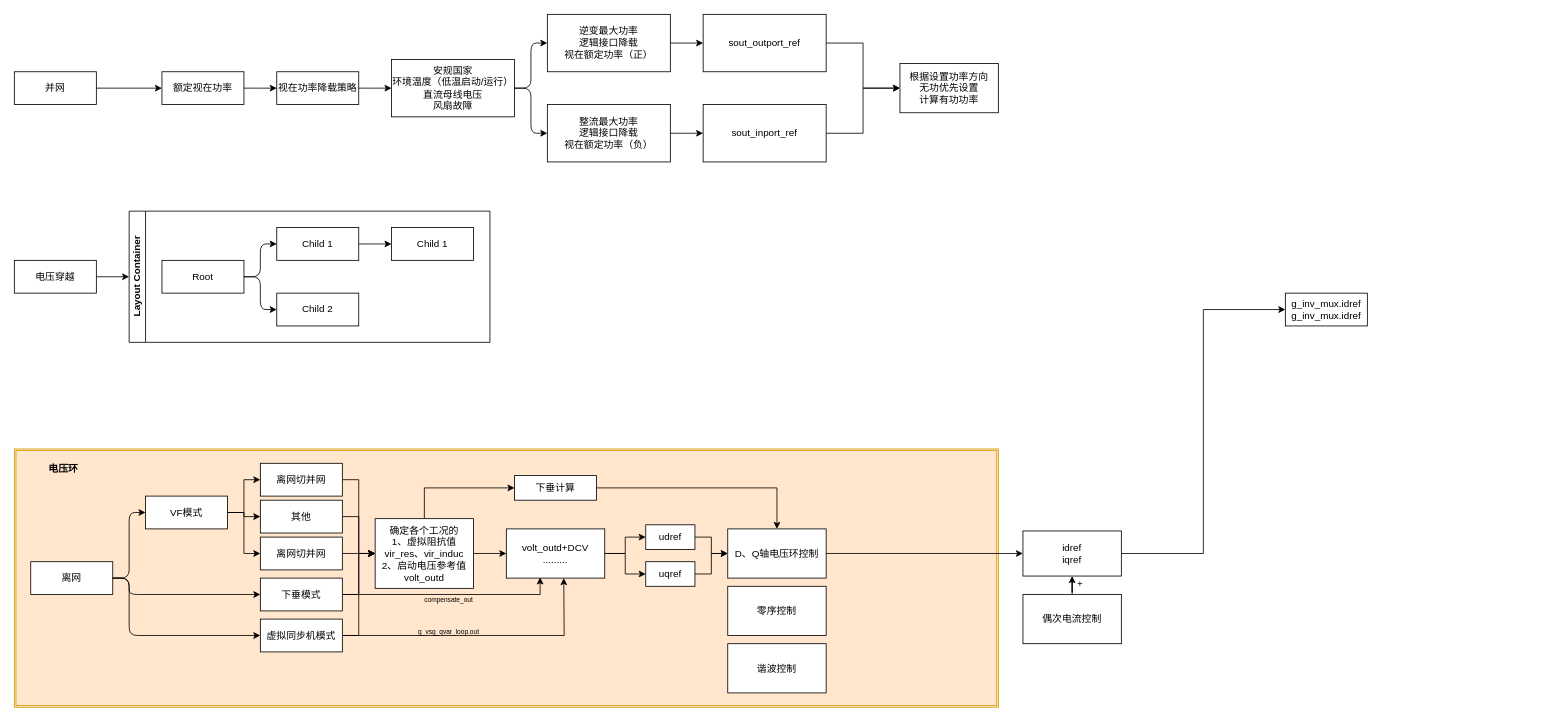
adss666/awesome-guitar keeps this draw.io diagram as 未命名绘图.drawio. Above is the earlier version. Source tidied: cells renumbered, new cells numbered last; positions are measured from the earlier drawing's top-left corner, leaving out a move shared by most shapes. Both pictures are drawn from the tidied source at 82%, with x=0, y=0 at pixel (14, 14).
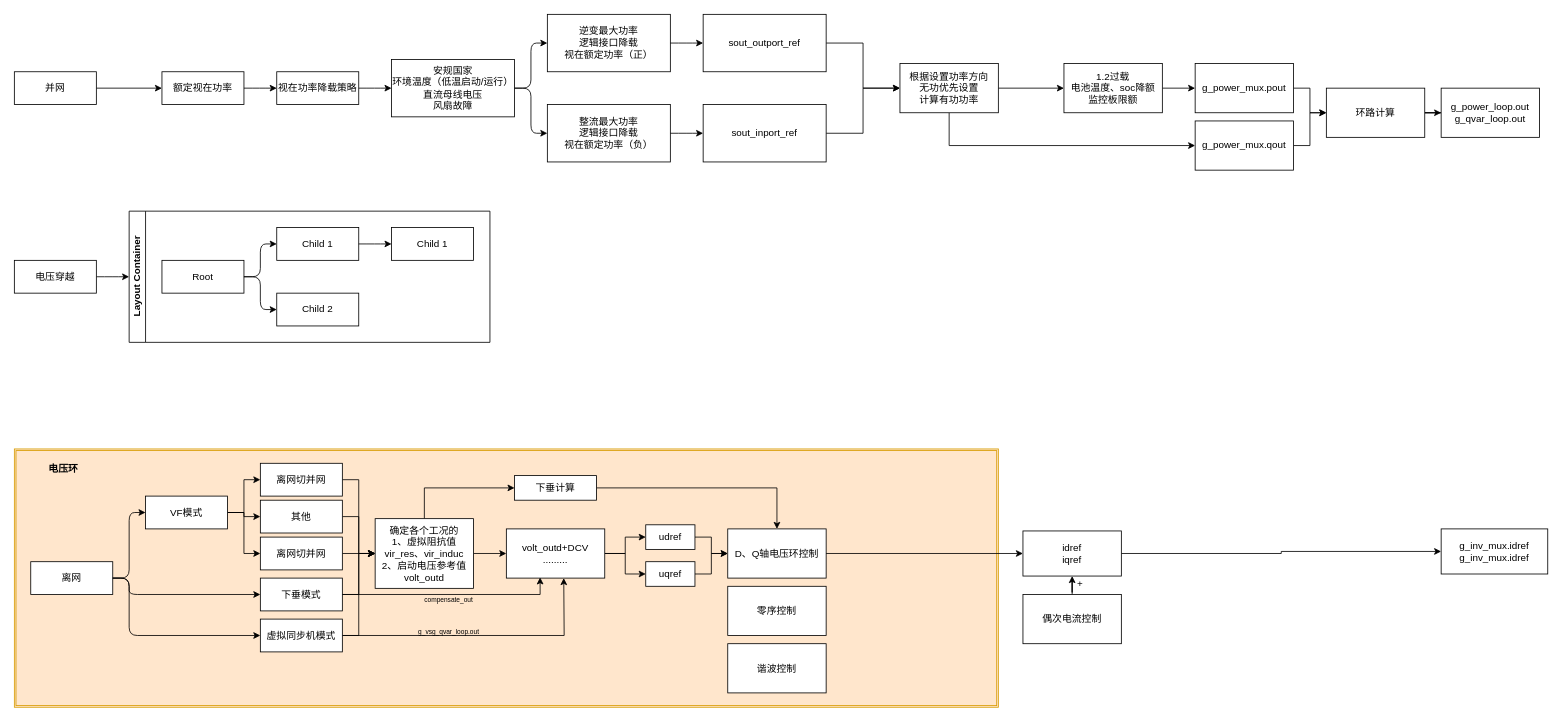
After the change.

Commit message:
已添加 未命名绘图.drawio

Unchanged cells that the change refers to:
```xml
<mxCell id="76" value="根据设置功率方向&lt;div&gt;无功优先设置&lt;/div&gt;&lt;div&gt;&lt;span style=&quot;background-color: transparent; color: light-dark(#000000, var(--ge-light-color, #ffffff));&quot;&gt;计算&lt;/span&gt;有功功率&lt;/div&gt;" style="whiteSpace=wrap;html=1;" parent="1" vertex="1">
  <mxGeometry x="1080" y="60" width="120" height="60" as="geometry" />
</mxCell>
```

The edit, as a diff of the source:
```diff
@@
     <mxCell id="60" value="g_inv_mux.idref&lt;div&gt;g_inv_mux.idref&lt;/div&gt;" style="whiteSpace=wrap;html=1;" parent="1" vertex="1">
-      <mxGeometry x="1550" y="340" width="100" height="40" as="geometry" />
+      <mxGeometry x="1740" y="627.5" width="130" height="55" as="geometry" />
     </mxCell>
@@
+    <mxCell id="77" style="edgeStyle=orthogonalEdgeStyle;rounded=0;jettySize=auto;html=1;defaultLabelBackgroundColor=page;labelPadding=0 4;" parent="1" edge="1" source="76" target="80">
+      <mxGeometry relative="1" as="geometry" />
+    </mxCell>
+    <mxCell id="78" style="edgeStyle=orthogonalEdgeStyle;rounded=0;jettySize=auto;html=1;exitX=0.5;exitY=1;exitDx=0;exitDy=0;entryX=0;entryY=0.5;entryDx=0;entryDy=0;defaultLabelBackgroundColor=page;labelPadding=0 4;" parent="1" edge="1" source="76" target="84">
+      <mxGeometry relative="1" as="geometry" />
+    </mxCell>
@@
+    <mxCell id="79" style="edgeStyle=orthogonalEdgeStyle;rounded=0;jettySize=auto;html=1;defaultLabelBackgroundColor=page;labelPadding=0 4;" parent="1" edge="1" source="80" target="82">
+      <mxGeometry relative="1" as="geometry" />
+    </mxCell>
+    <mxCell id="80" value="1.2过载&lt;div&gt;电池温度、soc降额&lt;/div&gt;&lt;div&gt;监控板限额&lt;/div&gt;" style="whiteSpace=wrap;html=1;" parent="1" vertex="1">
+      <mxGeometry x="1280" y="60" width="120" height="60" as="geometry" />
+    </mxCell>
+    <mxCell id="81" style="edgeStyle=orthogonalEdgeStyle;rounded=0;jettySize=auto;html=1;defaultLabelBackgroundColor=page;labelPadding=0 4;entryX=0;entryY=0.5;entryDx=0;entryDy=0;" parent="1" edge="1" source="82" target="86">
+      <mxGeometry x="-0.46" relative="1" as="geometry" />
+    </mxCell>
+    <mxCell id="82" value="g_power_mux.pout" style="whiteSpace=wrap;html=1;" parent="1" vertex="1">
+      <mxGeometry x="1440" y="60" width="120" height="60" as="geometry" />
+    </mxCell>
+    <mxCell id="83" style="edgeStyle=orthogonalEdgeStyle;rounded=0;jettySize=auto;html=1;exitX=1;exitY=0.5;exitDx=0;exitDy=0;defaultLabelBackgroundColor=page;labelPadding=0 4;entryX=0;entryY=0.5;entryDx=0;entryDy=0;" parent="1" edge="1" source="84" target="86">
+      <mxGeometry relative="1" as="geometry" />
+    </mxCell>
+    <mxCell id="84" value="g_power_mux.qout" style="whiteSpace=wrap;html=1;" parent="1" vertex="1">
+      <mxGeometry x="1440" y="130" width="120" height="60" as="geometry" />
+    </mxCell>
+    <mxCell id="85" style="edgeStyle=orthogonalEdgeStyle;rounded=0;jettySize=auto;html=1;defaultLabelBackgroundColor=page;labelPadding=0 4;" parent="1" edge="1" source="86" target="87">
+      <mxGeometry relative="1" as="geometry" />
+    </mxCell>
+    <mxCell id="86" value="环路计算" style="whiteSpace=wrap;html=1;" parent="1" vertex="1">
+      <mxGeometry x="1600" y="90" width="120" height="60" as="geometry" />
+    </mxCell>
+    <mxCell id="87" value="g_power_loop.out&lt;div&gt;g_qvar_loop.out&lt;/div&gt;" style="whiteSpace=wrap;html=1;" parent="1" vertex="1">
+      <mxGeometry x="1740" y="90" width="120" height="60" as="geometry" />
+    </mxCell>
```
